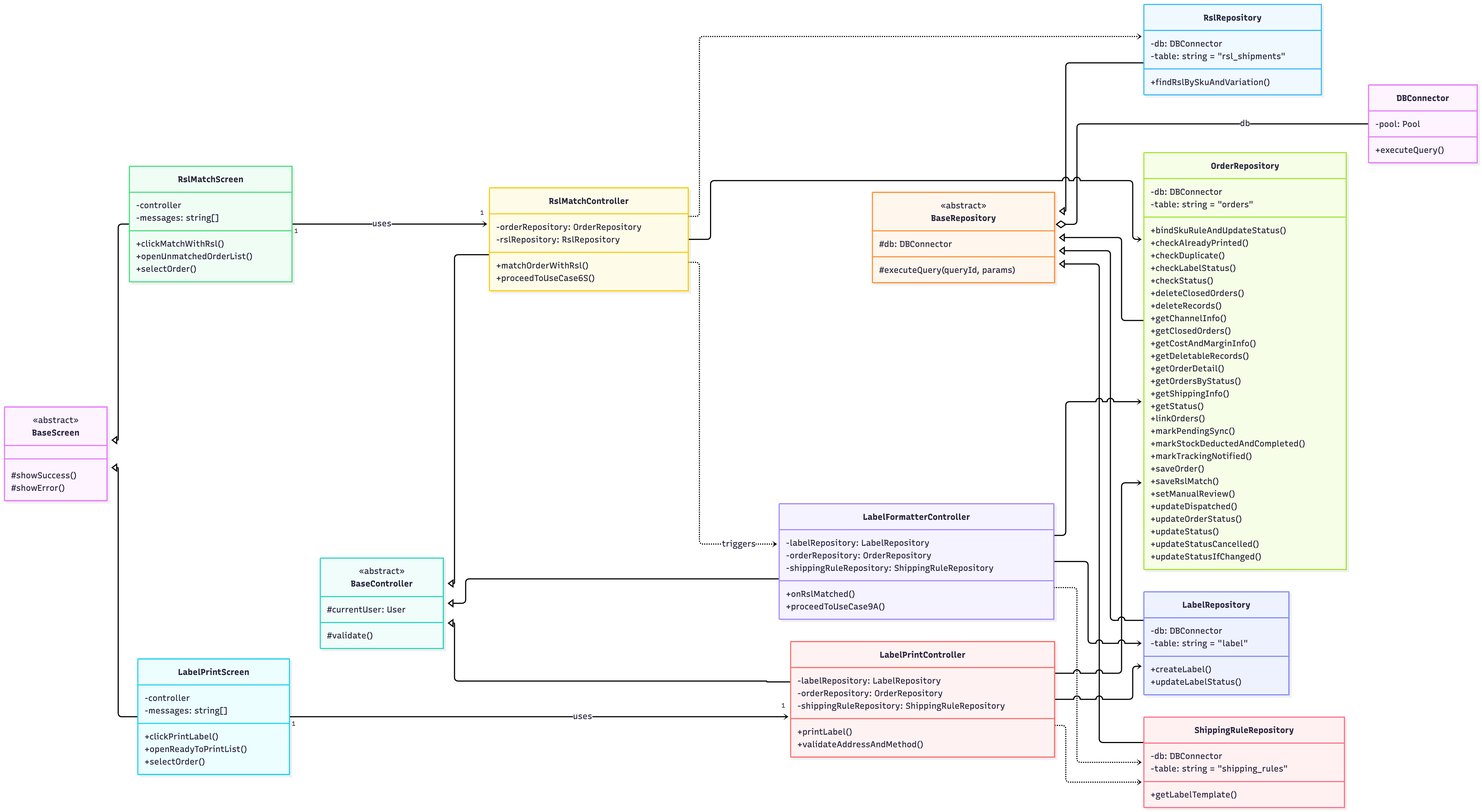
Earlier version of the Mermaid export 04-chapter2-diagrams-database/diagrams/png/class-5.png (xbpkdi/321-sa-proj). Its source is kept beside it as 04-chapter2-diagrams-database/diagrams/src/class-5.mmd.
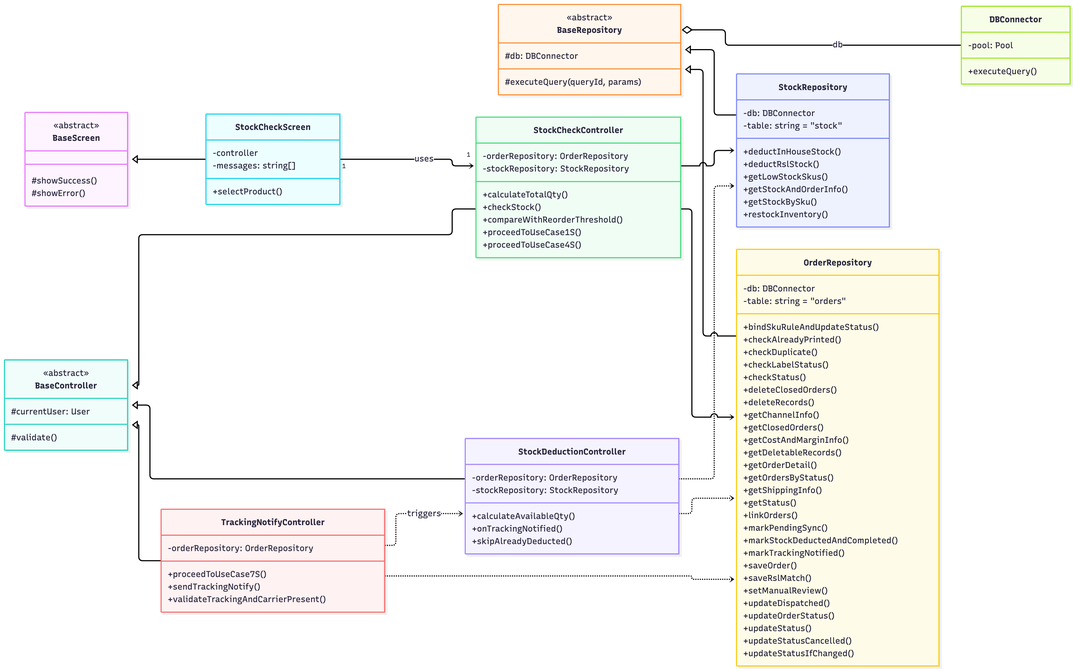
After the commit.

Change to the diagram source:
```diff
@@ -16,45 +16,32 @@
         #db: DBConnector
         #executeQuery(queryId, params)
     }
-    class LabelPrintScreen {
+    class StockCheckScreen {
         -controller
         -messages: string[]
-        +clickPrintLabel()
-        +openReadyToPrintList()
-        +selectOrder()
+        +selectProduct()
     }
-    class RslMatchScreen {
-        -controller
-        -messages: string[]
-        +clickMatchWithRsl()
-        +openUnmatchedOrderList()
-        +selectOrder()
+    class StockCheckController {
+        -orderRepository: OrderRepository
+        -stockRepository: StockRepository
+        +calculateTotalQty()
+        +checkStock()
+        +compareWithReorderThreshold()
+        +proceedToUseCase1S()
+        +proceedToUseCase4S()
     }
-    class LabelFormatterController {
-        -labelRepository: LabelRepository
+    class StockDeductionController {
         -orderRepository: OrderRepository
-        -shippingRuleRepository: ShippingRuleRepository
-        +onRslMatched()
-        +proceedToUseCase9A()
+        -stockRepository: StockRepository
+        +calculateAvailableQty()
+        +onTrackingNotified()
+        +skipAlreadyDeducted()
     }
-    class LabelPrintController {
-        -labelRepository: LabelRepository
+    class TrackingNotifyController {
         -orderRepository: OrderRepository
-        -shippingRuleRepository: ShippingRuleRepository
-        +printLabel()
-        +validateAddressAndMethod()
-    }
-    class RslMatchController {
-        -orderRepository: OrderRepository
-        -rslRepository: RslRepository
-        +matchOrderWithRsl()
-        +proceedToUseCase6S()
-    }
-    class LabelRepository {
-        -db: DBConnector
-        -table: string = "label"
-        +createLabel()
-        +updateLabelStatus()
+        +proceedToUseCase7S()
+        +sendTrackingNotify()
+        +validateTrackingAndCarrierPresent()
     }
     class OrderRepository {
         -db: DBConnector
@@ -87,38 +74,31 @@
         +updateStatusCancelled()
         +updateStatusIfChanged()
     }
-    class RslRepository {
+    class StockRepository {
         -db: DBConnector
-        -table: string = "rsl_shipments"
-        +findRslBySkuAndVariation()
-    }
-    class ShippingRuleRepository {
-        -db: DBConnector
-        -table: string = "shipping_rules"
-        +getLabelTemplate()
+        -table: string = "stock"
+        +deductInHouseStock()
+        +deductRslStock()
+        +getLowStockSkus()
+        +getStockAndOrderInfo()
+        +getStockBySku()
+        +restockInventory()
     }
     class DBConnector {
         -pool: Pool
         +executeQuery()
     }
-    BaseScreen <|-- LabelPrintScreen
-    BaseScreen <|-- RslMatchScreen
-    BaseController <|-- LabelFormatterController
-    BaseController <|-- LabelPrintController
-    BaseController <|-- RslMatchController
-    BaseRepository <|-- LabelRepository
+    BaseScreen <|-- StockCheckScreen
+    BaseController <|-- StockCheckController
+    BaseController <|-- StockDeductionController
+    BaseController <|-- TrackingNotifyController
     BaseRepository <|-- OrderRepository
-    BaseRepository <|-- RslRepository
-    BaseRepository <|-- ShippingRuleRepository
+    BaseRepository <|-- StockRepository
     BaseRepository o-- DBConnector : db
-    LabelPrintScreen "1" --> "1" LabelPrintController : uses
-    RslMatchScreen "1" --> "1" RslMatchController : uses
-    LabelFormatterController ..> LabelRepository
-    LabelFormatterController ..> OrderRepository
-    LabelFormatterController ..> ShippingRuleRepository
-    LabelPrintController ..> LabelRepository
-    LabelPrintController ..> OrderRepository
-    LabelPrintController ..> ShippingRuleRepository
-    RslMatchController ..> LabelFormatterController : triggers
-    RslMatchController ..> OrderRepository
-    RslMatchController ..> RslRepository
+    StockCheckScreen "1" --> "1" StockCheckController : uses
+    StockCheckController ..> OrderRepository
+    StockCheckController ..> StockRepository
+    StockDeductionController ..> OrderRepository
+    StockDeductionController ..> StockRepository
+    TrackingNotifyController ..> OrderRepository
+    TrackingNotifyController ..> StockDeductionController : triggers
```
